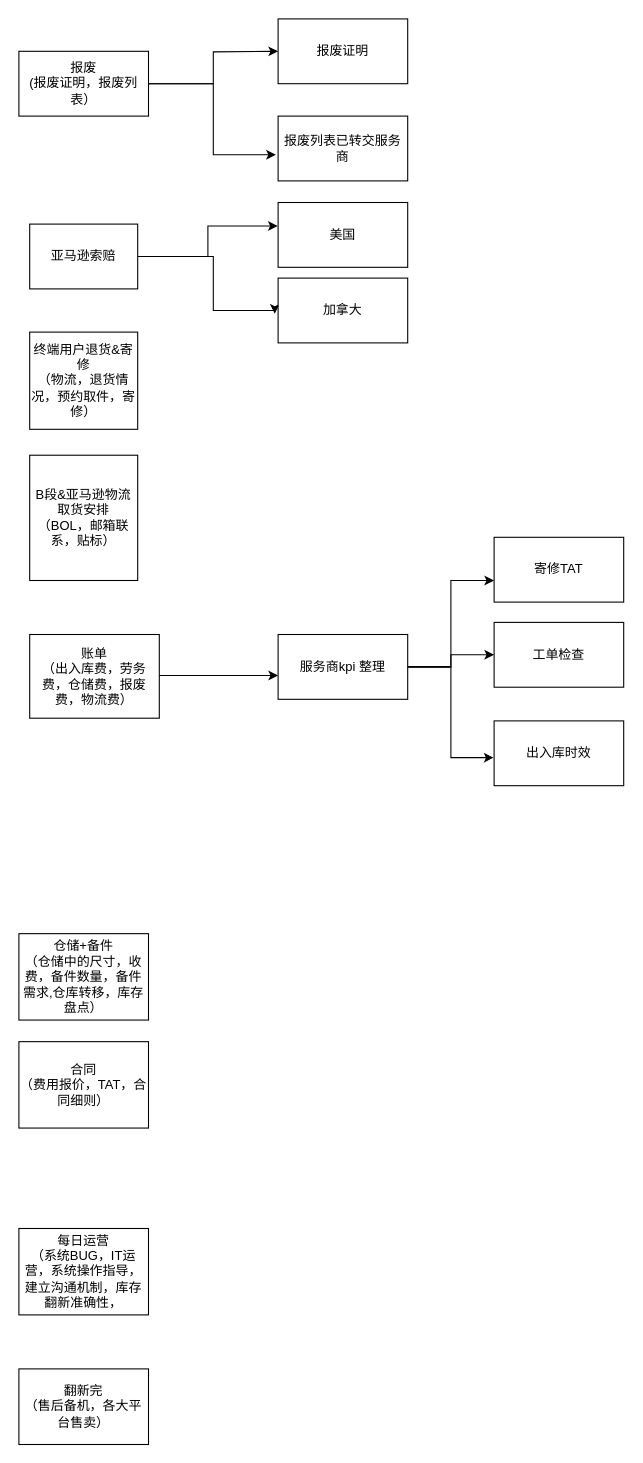
Earlier version of the draw.io diagram 售后运营职责+成功展现.drawio (Mr6cd/sing-box-subscribe). Source tidied: cells renumbered, new cells numbered last; positions are measured from the earlier drawing's top-left corner, leaving out a move shared by most shapes. Both pictures are drawn from the tidied source at 108%, with x=0, y=0 at pixel (18, 18).
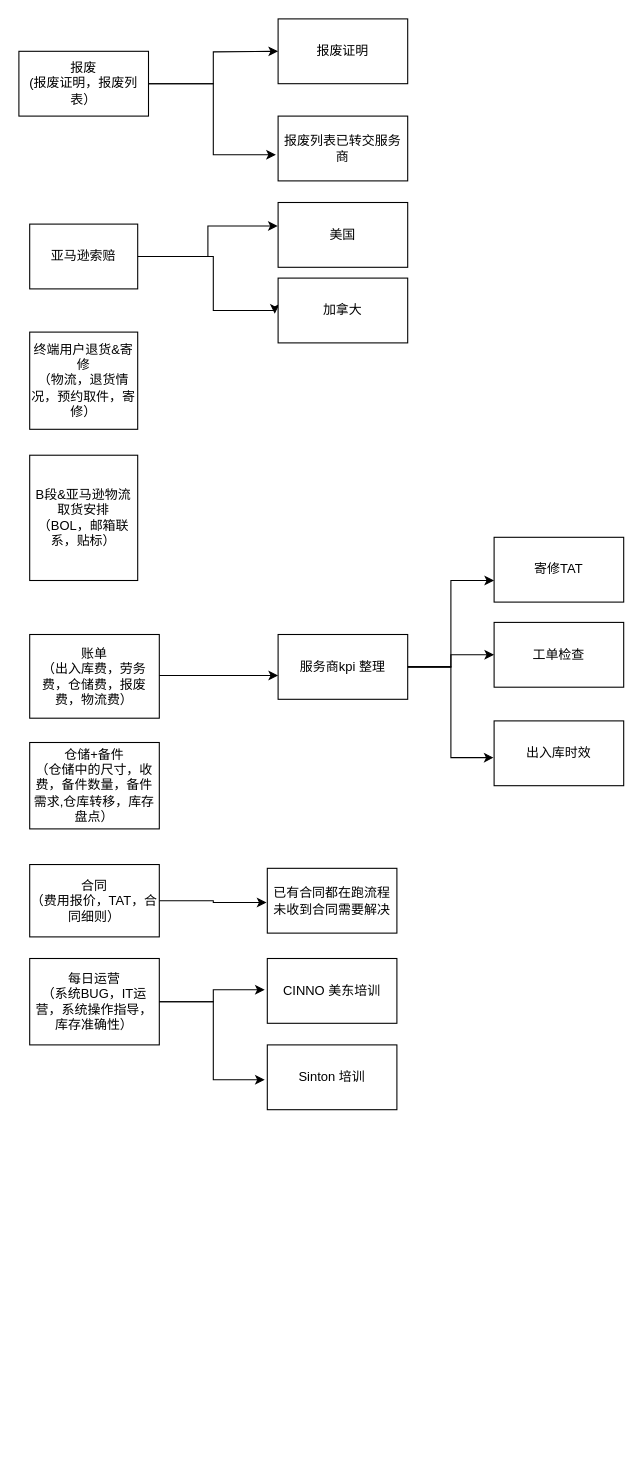
After the change.

Commit message:
更新售后运营职责+成功展现.drawio

Diff of the diagram source:
```diff
@@
-    <mxCell id="10" value="&lt;div&gt;翻新完&lt;/div&gt;&lt;div&gt;（售后备机，各大平台售卖）&lt;br&gt;&lt;/div&gt;" style="whiteSpace=wrap;html=1;" parent="1" vertex="1">
-      <mxGeometry y="1250" width="120" height="70" as="geometry" />
-    </mxCell>
     <mxCell id="11" value="&lt;div&gt;仓储+备件&lt;/div&gt;&lt;div&gt;（仓储中的尺寸，收费，备件数量，备件需求,仓库转移，库存盘点）&lt;br&gt;&lt;/div&gt;" style="rounded=0;whiteSpace=wrap;html=1;" parent="1" vertex="1">
-      <mxGeometry y="847" width="120" height="80" as="geometry" />
+      <mxGeometry x="10" y="670" width="120" height="80" as="geometry" />
     </mxCell>
@@
     <mxCell id="13" value="&lt;div&gt;合同&lt;/div&gt;&lt;div&gt;（费用报价，TAT，合同细则）&lt;br&gt;&lt;/div&gt;" style="rounded=0;whiteSpace=wrap;html=1;" parent="1" vertex="1">
-      <mxGeometry y="947" width="120" height="80" as="geometry" />
+      <mxGeometry x="10" y="783" width="120" height="67" as="geometry" />
     </mxCell>
-    <mxCell id="14" value="&lt;div&gt;每日运营&lt;/div&gt;&lt;div&gt;（系统BUG，IT运营，系统操作指导，建立沟通机制，库存翻新准确性，&lt;br&gt;&lt;/div&gt;" style="rounded=0;whiteSpace=wrap;html=1;" parent="1" vertex="1">
-      <mxGeometry y="1120" width="120" height="80" as="geometry" />
+    <mxCell id="14" value="&lt;div&gt;每日运营&lt;/div&gt;&lt;div&gt;（系统BUG，IT运营，系统操作指导，库存准确性）&lt;/div&gt;" style="rounded=0;whiteSpace=wrap;html=1;" parent="1" vertex="1">
+      <mxGeometry x="10" y="870" width="120" height="80" as="geometry" />
     </mxCell>
@@
+    <mxCell id="27" value="&lt;div&gt;已有合同都在跑流程&lt;/div&gt;&lt;div&gt;未收到合同需要解决&lt;/div&gt;" style="rounded=0;whiteSpace=wrap;html=1;" parent="1" vertex="1">
+      <mxGeometry x="230" y="786.5" width="120" height="60" as="geometry" />
+    </mxCell>
+    <mxCell id="28" style="edgeStyle=orthogonalEdgeStyle;rounded=0;jettySize=auto;html=1;entryX=-0.006;entryY=0.528;entryDx=0;entryDy=0;entryPerimeter=0;" parent="1" edge="1" source="13" target="27">
+      <mxGeometry relative="1" as="geometry" />
+    </mxCell>
+    <mxCell id="29" value="CINNO 美东培训" style="rounded=0;whiteSpace=wrap;html=1;" parent="1" vertex="1">
+      <mxGeometry x="230" y="870" width="120" height="60" as="geometry" />
+    </mxCell>
+    <mxCell id="30" value="Sinton 培训" style="rounded=0;whiteSpace=wrap;html=1;" parent="1" vertex="1">
+      <mxGeometry x="230" y="950" width="120" height="60" as="geometry" />
+    </mxCell>
+    <mxCell id="31" style="edgeStyle=orthogonalEdgeStyle;rounded=0;jettySize=auto;html=1;entryX=-0.02;entryY=0.483;entryDx=0;entryDy=0;entryPerimeter=0;" parent="1" edge="1" source="14" target="29">
+      <mxGeometry relative="1" as="geometry" />
+    </mxCell>
+    <mxCell id="32" style="edgeStyle=orthogonalEdgeStyle;rounded=0;jettySize=auto;html=1;entryX=-0.02;entryY=0.539;entryDx=0;entryDy=0;entryPerimeter=0;" parent="1" edge="1" source="14" target="30">
+      <mxGeometry relative="1" as="geometry" />
+    </mxCell>
```
